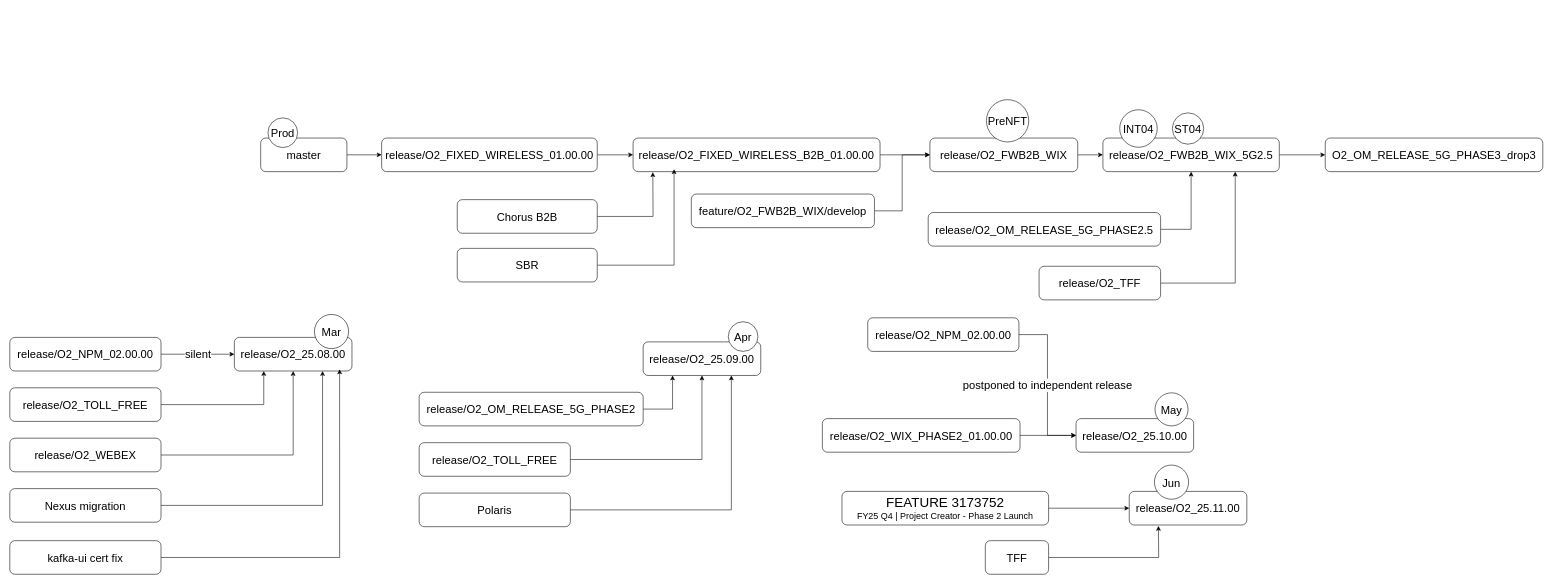
The draw.io diagram page "branching" (1 of 2) of sparknz_branches.drawio in huangdgm/drawio, before the edit. Source tidied: cells renumbered, new cells numbered last; positions are measured from the earlier drawing's top-left corner, leaving out a move shared by most shapes. Both pictures are drawn from the tidied source at 56%, with x=0, y=0 at pixel (10, 100).
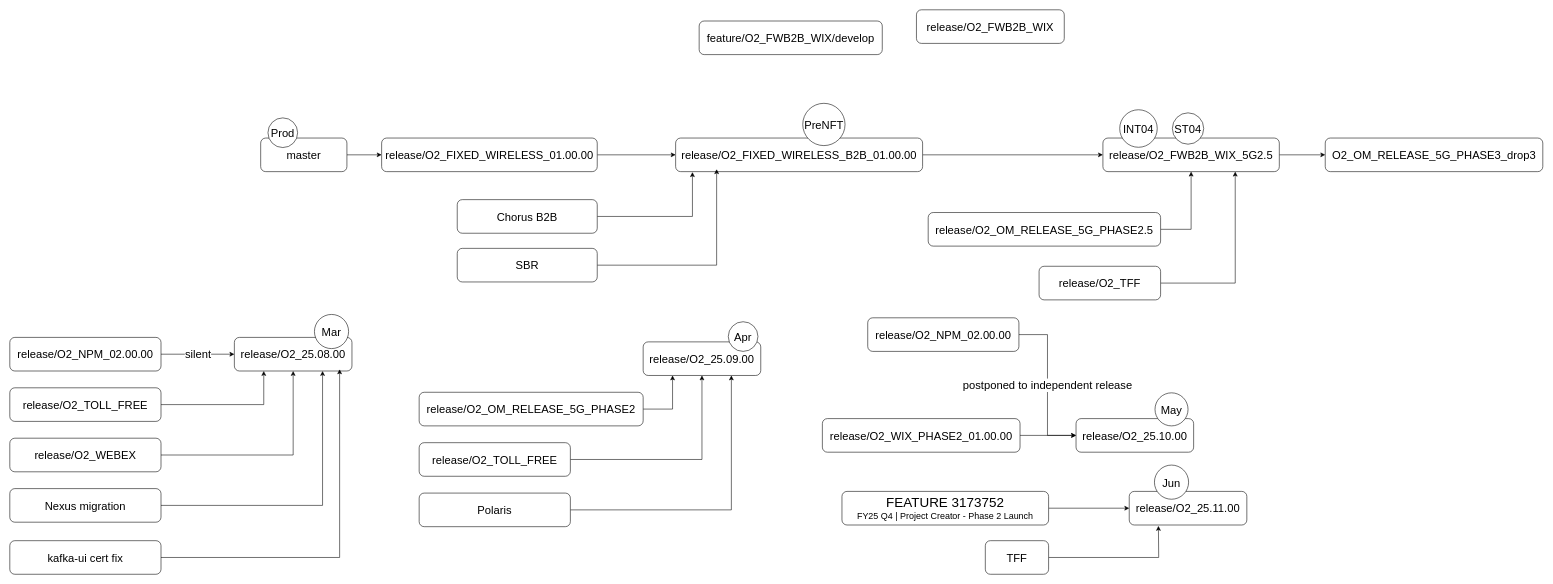
The same page after the edit.

Unchanged cells that the change refers to:
```xml
<mxCell id="9" value="release/O2_FWB2B_WIX_5G2.5" style="rounded=1;whiteSpace=wrap;html=1;fontSize=20;" parent="1" vertex="1">
  <mxGeometry x="1952" y="68" width="315" height="60" as="geometry" />
</mxCell>
<mxCell id="38" value="Chorus B2B" style="rounded=1;whiteSpace=wrap;html=1;fontSize=20;" parent="1" vertex="1">
  <mxGeometry x="799" y="178" width="250" height="60" as="geometry" />
</mxCell>
```

Diff of the diagram source:
```diff
@@
-    <mxCell id="2" style="edgeStyle=orthogonalEdgeStyle;rounded=0;jettySize=auto;html=1;exitX=1;exitY=0.5;exitDx=0;exitDy=0;entryX=0;entryY=0.5;entryDx=0;entryDy=0;" parent="1" edge="1" source="3" target="7">
-      <mxGeometry relative="1" as="geometry" />
-    </mxCell>
+    <mxCell id="59" style="edgeStyle=orthogonalEdgeStyle;rounded=0;jettySize=auto;html=1;exitX=1;exitY=0.5;exitDx=0;exitDy=0;entryX=0;entryY=0.5;entryDx=0;entryDy=0;" parent="1" edge="1" source="3" target="9">
+      <mxGeometry relative="1" as="geometry" />
+    </mxCell>
     <mxCell id="3" value="release/O2_FIXED_WIRELESS_B2B_01.00.00" style="rounded=1;whiteSpace=wrap;html=1;fontSize=20;" parent="1" vertex="1">
-      <mxGeometry x="1113" y="68" width="441" height="60" as="geometry" />
+      <mxGeometry x="1189" y="68" width="441" height="60" as="geometry" />
     </mxCell>
@@
-    <mxCell id="6" style="edgeStyle=orthogonalEdgeStyle;rounded=0;jettySize=auto;html=1;exitX=1;exitY=0.5;exitDx=0;exitDy=0;entryX=0;entryY=0.5;entryDx=0;entryDy=0;fontSize=20;" parent="1" edge="1" source="7" target="9">
-      <mxGeometry relative="1" as="geometry" />
-    </mxCell>
     <mxCell id="7" value="release/O2_FWB2B_WIX" style="rounded=1;whiteSpace=wrap;html=1;fontSize=20;" parent="1" vertex="1">
-      <mxGeometry x="1643" y="68" width="264" height="60" as="geometry" />
+      <mxGeometry x="1619" y="-161" width="264" height="60" as="geometry" />
     </mxCell>
@@
-    <mxCell id="15" style="edgeStyle=orthogonalEdgeStyle;rounded=0;jettySize=auto;html=1;exitX=1;exitY=0.5;exitDx=0;exitDy=0;entryX=0;entryY=0.5;entryDx=0;entryDy=0;fontSize=20;" parent="1" edge="1" source="16" target="7">
-      <mxGeometry relative="1" as="geometry" />
-    </mxCell>
     <mxCell id="16" value="feature/O2_FWB2B_WIX/develop" style="rounded=1;whiteSpace=wrap;html=1;fontSize=20;" parent="1" vertex="1">
-      <mxGeometry x="1217" y="168" width="327" height="60" as="geometry" />
+      <mxGeometry x="1231" y="-141" width="327" height="60" as="geometry" />
     </mxCell>
@@
-    <mxCell id="37" style="edgeStyle=orthogonalEdgeStyle;rounded=0;jettySize=auto;html=1;exitX=1;exitY=0.5;exitDx=0;exitDy=0;" parent="1" edge="1" source="38">
-      <mxGeometry relative="1" as="geometry">
-        <mxPoint x="1148.2" y="128.9" as="targetPoint" />
-      </mxGeometry>
+    <mxCell id="37" style="edgeStyle=orthogonalEdgeStyle;rounded=0;jettySize=auto;html=1;exitX=1;exitY=0.5;exitDx=0;exitDy=0;entryX=0.068;entryY=1.014;entryDx=0;entryDy=0;entryPerimeter=0;" parent="1" edge="1" source="38" target="3">
+      <mxGeometry relative="1" as="geometry" />
     </mxCell>
@@
     <mxCell id="46" value="PreNFT" style="ellipse;whiteSpace=wrap;html=1;fontSize=20;" parent="1" vertex="1">
-      <mxGeometry x="1744" y="-0.5" width="75.5" height="75.5" as="geometry" />
+      <mxGeometry x="1416" y="6" width="75.5" height="75.5" as="geometry" />
     </mxCell>
```
